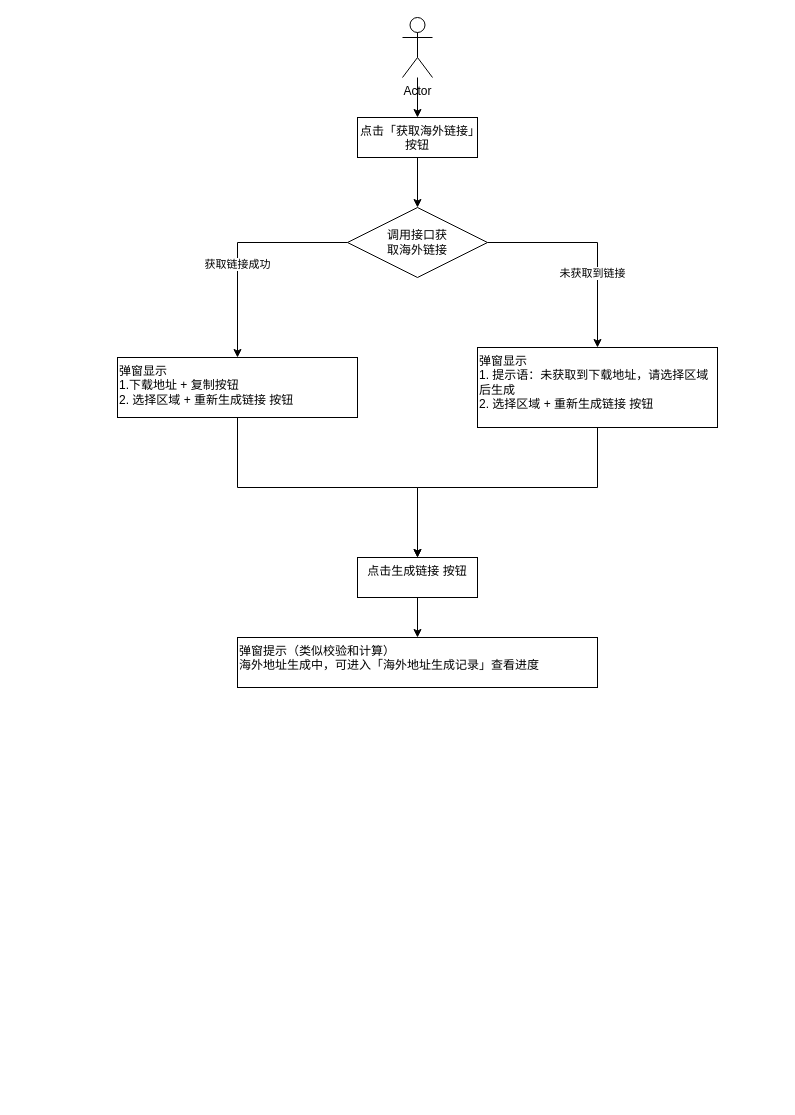
This is 未命名绘图.drawio from SikyChen/diagrams, a draw.io file, before an edit. Source tidied: cells renumbered, new cells numbered last; positions are measured from the earlier drawing's top-left corner, leaving out a move shared by most shapes. Both pictures are drawn from the tidied source at 100%, with x=0, y=0 at pixel (117, 17).
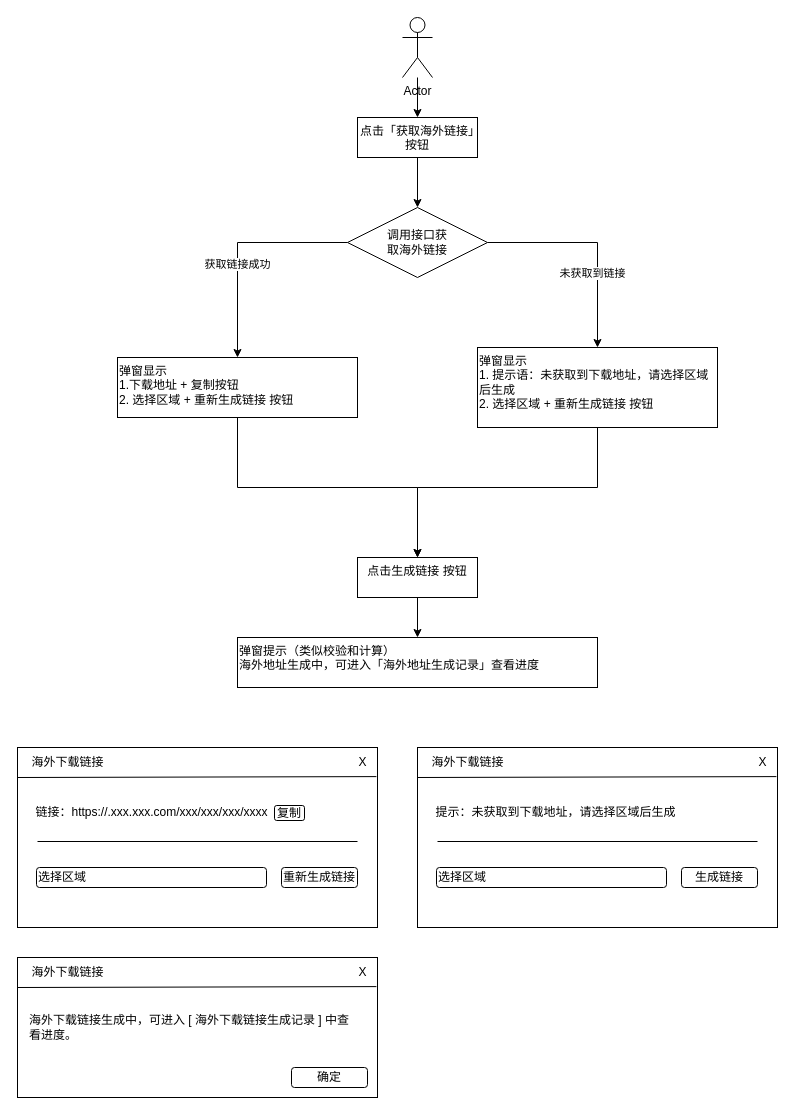
Above is the later version.

What changed in the source:
```diff
@@
+    <mxCell id="17" style="rounded=0;whiteSpace=wrap;html=1;" parent="1" vertex="1">
+      <mxGeometry x="-100" y="730" width="360" height="180" as="geometry" />
+    </mxCell>
+    <mxCell id="18" value="海外下载链接" style="text;html=1;align=center;verticalAlign=middle;strokeColor=none;fillColor=none;" parent="1" vertex="1">
+      <mxGeometry x="-100" y="730" width="100" height="30" as="geometry" />
+    </mxCell>
+    <mxCell id="19" style="endArrow=none;html=1;rounded=0;entryX=0.997;entryY=0.217;entryDx=0;entryDy=0;entryPerimeter=0;" parent="1" edge="1">
+      <mxGeometry relative="1" as="geometry">
+        <mxPoint x="-100" y="760" as="sourcePoint" />
+        <mxPoint x="258.9" y="759.1" as="targetPoint" />
+      </mxGeometry>
+    </mxCell>
+    <mxCell id="20" style="endArrow=none;html=1;rounded=0;" parent="1" edge="1">
+      <mxGeometry relative="1" as="geometry">
+        <mxPoint x="-80" y="824" as="sourcePoint" />
+        <mxPoint x="240" y="824" as="targetPoint" />
+      </mxGeometry>
+    </mxCell>
+    <mxCell id="21" value="链接：https://.xxx.xxx.com/xxx/xxx/xxx/xxxx" style="text;html=1;align=center;verticalAlign=middle;strokeColor=none;fillColor=none;" parent="1" vertex="1">
+      <mxGeometry x="-96" y="780" width="260" height="30" as="geometry" />
+    </mxCell>
+    <mxCell id="22" value="复制" style="rounded=1;whiteSpace=wrap;html=1;" parent="1" vertex="1">
+      <mxGeometry x="157" y="788" width="30" height="15" as="geometry" />
+    </mxCell>
+    <mxCell id="23" value="X" style="text;html=1;align=center;verticalAlign=middle;strokeColor=none;fillColor=none;" parent="1" vertex="1">
+      <mxGeometry x="230" y="730" width="30" height="30" as="geometry" />
+    </mxCell>
+    <mxCell id="24" value="选择区域" style="rounded=1;whiteSpace=wrap;html=1;align=left;" parent="1" vertex="1">
+      <mxGeometry x="-81" y="850" width="230" height="20" as="geometry" />
+    </mxCell>
+    <mxCell id="25" value="重新生成链接" style="rounded=1;whiteSpace=wrap;html=1;" parent="1" vertex="1">
+      <mxGeometry x="164" y="850" width="76" height="20" as="geometry" />
+    </mxCell>
+    <mxCell id="26" style="rounded=0;whiteSpace=wrap;html=1;" parent="1" vertex="1">
+      <mxGeometry x="300" y="730" width="360" height="180" as="geometry" />
+    </mxCell>
+    <mxCell id="27" value="海外下载链接" style="text;html=1;align=center;verticalAlign=middle;strokeColor=none;fillColor=none;" parent="1" vertex="1">
+      <mxGeometry x="300" y="730" width="100" height="30" as="geometry" />
+    </mxCell>
+    <mxCell id="28" style="endArrow=none;html=1;rounded=0;entryX=0.997;entryY=0.217;entryDx=0;entryDy=0;entryPerimeter=0;" parent="1" edge="1">
+      <mxGeometry relative="1" as="geometry">
+        <mxPoint x="300" y="760" as="sourcePoint" />
+        <mxPoint x="658.9" y="759.1" as="targetPoint" />
+      </mxGeometry>
+    </mxCell>
+    <mxCell id="29" style="endArrow=none;html=1;rounded=0;" parent="1" edge="1">
+      <mxGeometry relative="1" as="geometry">
+        <mxPoint x="320" y="824" as="sourcePoint" />
+        <mxPoint x="640" y="824" as="targetPoint" />
+      </mxGeometry>
+    </mxCell>
+    <mxCell id="30" value="提示：未获取到下载地址，请选择区域后生成" style="text;html=1;align=center;verticalAlign=middle;strokeColor=none;fillColor=none;" parent="1" vertex="1">
+      <mxGeometry x="308" y="780" width="260" height="30" as="geometry" />
+    </mxCell>
+    <mxCell id="31" value="X" style="text;html=1;align=center;verticalAlign=middle;strokeColor=none;fillColor=none;" parent="1" vertex="1">
+      <mxGeometry x="630" y="730" width="30" height="30" as="geometry" />
+    </mxCell>
+    <mxCell id="32" value="选择区域" style="rounded=1;whiteSpace=wrap;html=1;align=left;" parent="1" vertex="1">
+      <mxGeometry x="319" y="850" width="230" height="20" as="geometry" />
+    </mxCell>
+    <mxCell id="33" value="生成链接" style="rounded=1;whiteSpace=wrap;html=1;" parent="1" vertex="1">
+      <mxGeometry x="564" y="850" width="76" height="20" as="geometry" />
+    </mxCell>
+    <mxCell id="34" style="rounded=0;whiteSpace=wrap;html=1;" parent="1" vertex="1">
+      <mxGeometry x="-100" y="940" width="360" height="140" as="geometry" />
+    </mxCell>
+    <mxCell id="35" value="海外下载链接" style="text;html=1;align=center;verticalAlign=middle;strokeColor=none;fillColor=none;" parent="1" vertex="1">
+      <mxGeometry x="-100" y="940" width="100" height="30" as="geometry" />
+    </mxCell>
+    <mxCell id="36" style="endArrow=none;html=1;rounded=0;entryX=0.997;entryY=0.217;entryDx=0;entryDy=0;entryPerimeter=0;" parent="1" edge="1">
+      <mxGeometry relative="1" as="geometry">
+        <mxPoint x="-100" y="970" as="sourcePoint" />
+        <mxPoint x="258.9" y="969.1" as="targetPoint" />
+      </mxGeometry>
+    </mxCell>
+    <mxCell id="37" value="海外下载链接生成中，可进入 [ 海外下载链接生成记录 ] 中查&lt;br&gt;看进度。" style="text;html=1;align=left;verticalAlign=middle;strokeColor=none;fillColor=none;" parent="1" vertex="1">
+      <mxGeometry x="-90" y="990" width="340" height="40" as="geometry" />
+    </mxCell>
+    <mxCell id="38" value="X" style="text;html=1;align=center;verticalAlign=middle;strokeColor=none;fillColor=none;" parent="1" vertex="1">
+      <mxGeometry x="230" y="940" width="30" height="30" as="geometry" />
+    </mxCell>
+    <mxCell id="39" value="确定" style="rounded=1;whiteSpace=wrap;html=1;" parent="1" vertex="1">
+      <mxGeometry x="174" y="1050" width="76" height="20" as="geometry" />
+    </mxCell>
```
